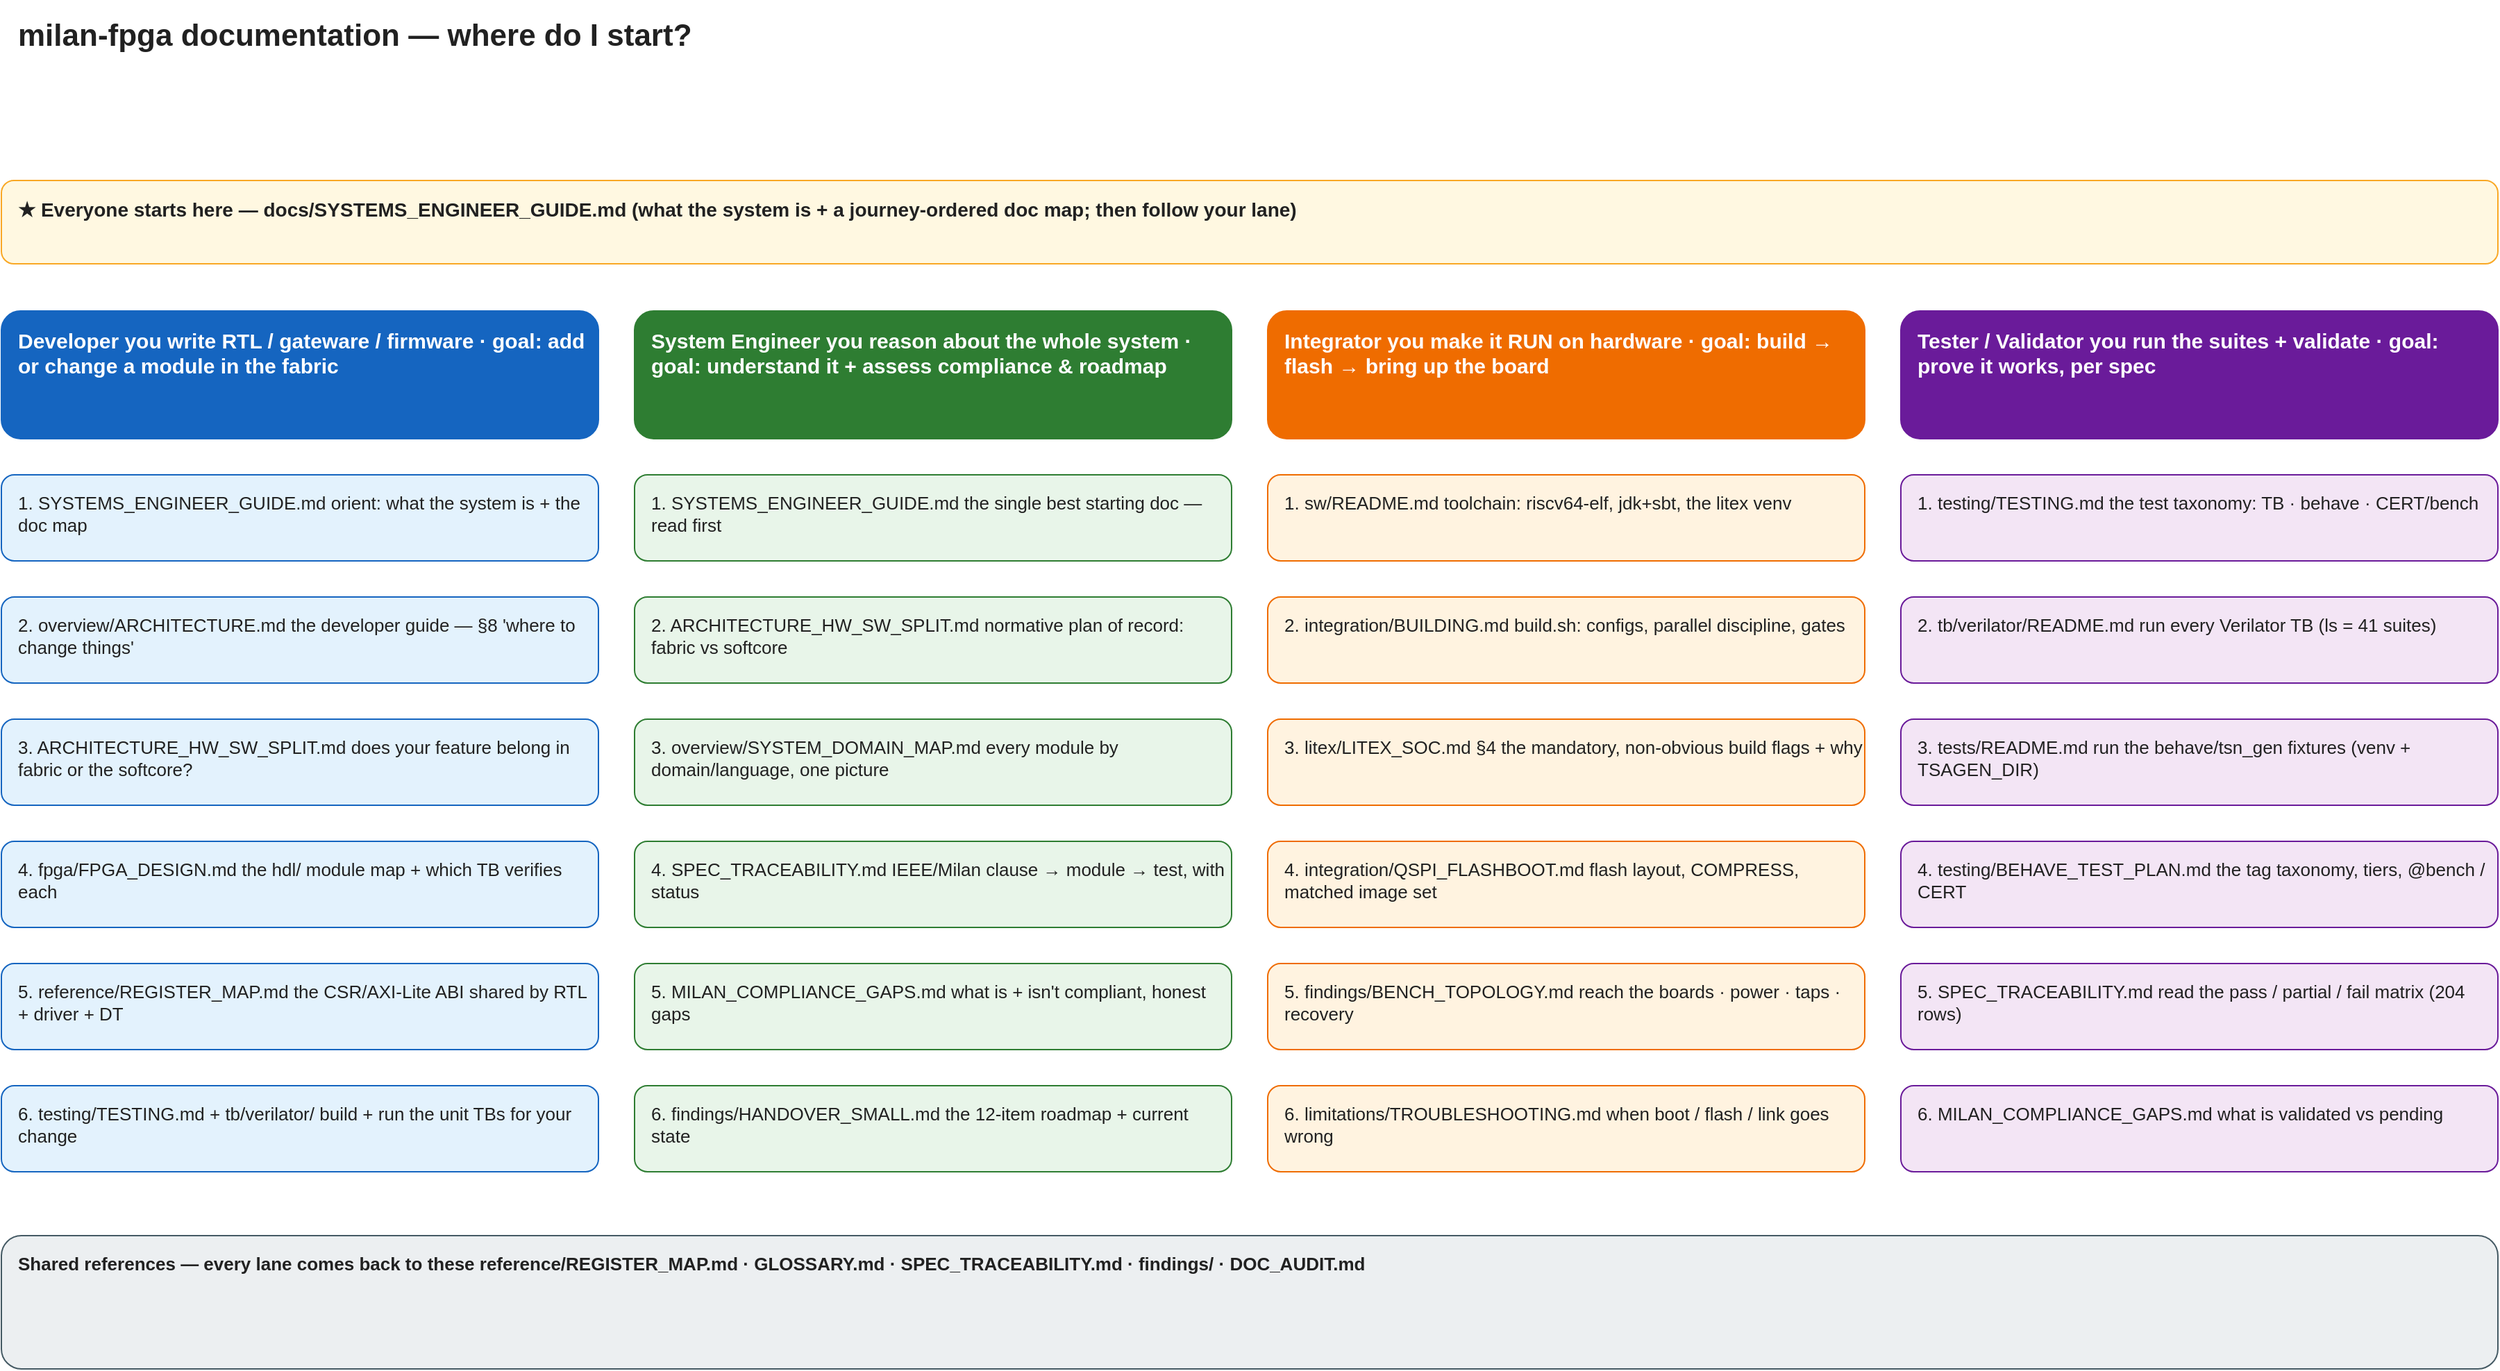
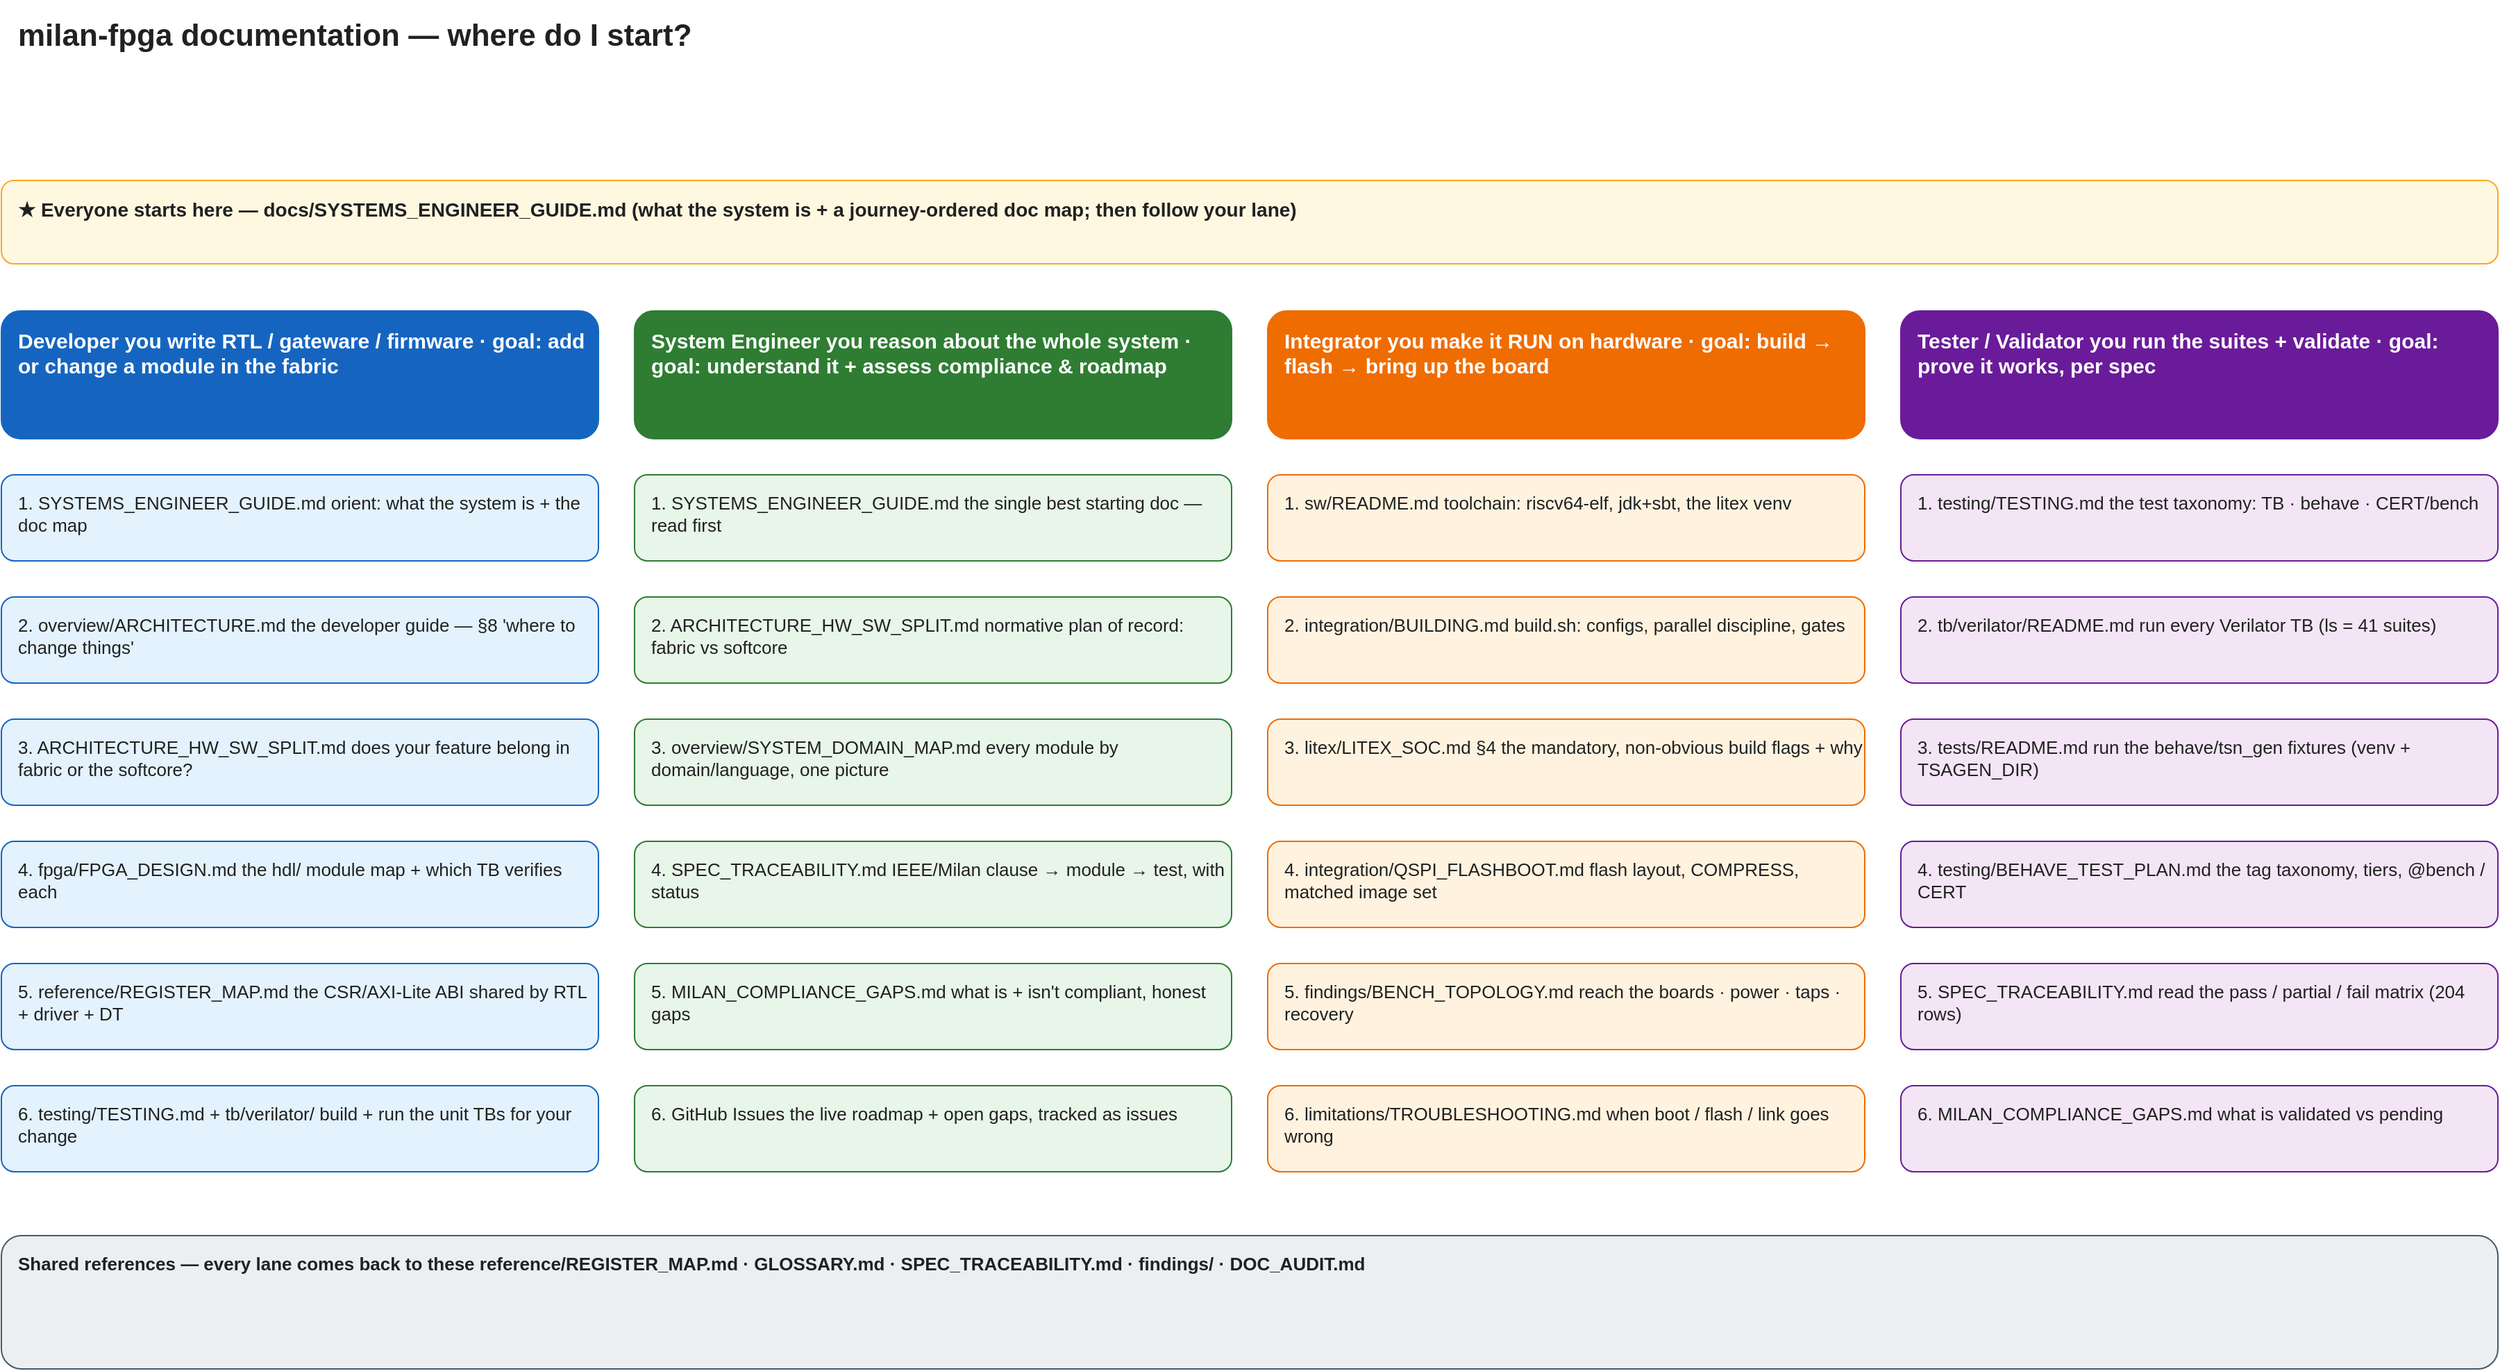
<mxfile host="app.diagrams.net"><diagram name="doc-map"><mxGraphModel dx="1400" dy="1000" grid="0" gridSize="10" guides="1" tooltips="1" connect="1" arrows="1" fold="1" page="1" pageScale="1" pageWidth="1878" pageHeight="1060" math="0" shadow="0"><root><mxCell id="0"/>
<mxCell id="1" parent="0"/>
<mxCell id="n2" value="milan-fpga documentation — where do I start?" style="rounded=1;whiteSpace=wrap;html=1;fillColor=none;strokeColor=none;fontSize=22;align=left;verticalAlign=top;spacingLeft=10;spacingTop=6;fontColor=#212121;fontStyle=1;" vertex="1" parent="1"><mxGeometry x="40" y="20" width="1100" height="34" as="geometry"/></mxCell>
<mxCell id="n3" value="★ Everyone starts here — docs/SYSTEMS_ENGINEER_GUIDE.md
(what the system is + a journey-ordered doc map; then follow your lane)" style="rounded=1;whiteSpace=wrap;html=1;fillColor=#FFF8E1;strokeColor=#F9A825;fontSize=14;align=left;verticalAlign=top;spacingLeft=10;spacingTop=6;fontColor=#212121;fontStyle=1;" vertex="1" parent="1"><mxGeometry x="40" y="150" width="1798" height="60" as="geometry"/></mxCell>
<mxCell id="n4" value="Developer
you write RTL / gateware / firmware  ·  goal: add or change a module in the fabric" style="rounded=1;whiteSpace=wrap;html=1;fillColor=#1565C0;strokeColor=#1565C0;fontSize=15;align=left;verticalAlign=top;spacingLeft=10;spacingTop=6;fontColor=#ffffff;fontStyle=1;" vertex="1" parent="1"><mxGeometry x="40" y="244" width="430" height="92" as="geometry"/></mxCell>
<mxCell id="n5" value="1.  SYSTEMS_ENGINEER_GUIDE.md
orient: what the system is + the doc map" style="rounded=1;whiteSpace=wrap;html=1;fillColor=#E3F2FD;strokeColor=#1565C0;fontSize=13;align=left;verticalAlign=top;spacingLeft=10;spacingTop=6;fontColor=#212121;" vertex="1" parent="1"><mxGeometry x="40" y="362" width="430" height="62" as="geometry"/></mxCell>
<mxCell id="n6" value="2.  overview/ARCHITECTURE.md
the developer guide — §8 &#x27;where to change things&#x27;" style="rounded=1;whiteSpace=wrap;html=1;fillColor=#E3F2FD;strokeColor=#1565C0;fontSize=13;align=left;verticalAlign=top;spacingLeft=10;spacingTop=6;fontColor=#212121;" vertex="1" parent="1"><mxGeometry x="40" y="450" width="430" height="62" as="geometry"/></mxCell>
<mxCell id="n7" value="3.  ARCHITECTURE_HW_SW_SPLIT.md
does your feature belong in fabric or the softcore?" style="rounded=1;whiteSpace=wrap;html=1;fillColor=#E3F2FD;strokeColor=#1565C0;fontSize=13;align=left;verticalAlign=top;spacingLeft=10;spacingTop=6;fontColor=#212121;" vertex="1" parent="1"><mxGeometry x="40" y="538" width="430" height="62" as="geometry"/></mxCell>
<mxCell id="n8" value="4.  fpga/FPGA_DESIGN.md
the hdl/ module map + which TB verifies each" style="rounded=1;whiteSpace=wrap;html=1;fillColor=#E3F2FD;strokeColor=#1565C0;fontSize=13;align=left;verticalAlign=top;spacingLeft=10;spacingTop=6;fontColor=#212121;" vertex="1" parent="1"><mxGeometry x="40" y="626" width="430" height="62" as="geometry"/></mxCell>
<mxCell id="n9" value="5.  reference/REGISTER_MAP.md
the CSR/AXI-Lite ABI shared by RTL + driver + DT" style="rounded=1;whiteSpace=wrap;html=1;fillColor=#E3F2FD;strokeColor=#1565C0;fontSize=13;align=left;verticalAlign=top;spacingLeft=10;spacingTop=6;fontColor=#212121;" vertex="1" parent="1"><mxGeometry x="40" y="714" width="430" height="62" as="geometry"/></mxCell>
<mxCell id="n10" value="6.  testing/TESTING.md  +  tb/verilator/
build + run the unit TBs for your change" style="rounded=1;whiteSpace=wrap;html=1;fillColor=#E3F2FD;strokeColor=#1565C0;fontSize=13;align=left;verticalAlign=top;spacingLeft=10;spacingTop=6;fontColor=#212121;" vertex="1" parent="1"><mxGeometry x="40" y="802" width="430" height="62" as="geometry"/></mxCell>
<mxCell id="n11" value="System Engineer
you reason about the whole system  ·  goal: understand it + assess compliance &amp; roadmap" style="rounded=1;whiteSpace=wrap;html=1;fillColor=#2E7D32;strokeColor=#2E7D32;fontSize=15;align=left;verticalAlign=top;spacingLeft=10;spacingTop=6;fontColor=#ffffff;fontStyle=1;" vertex="1" parent="1"><mxGeometry x="496" y="244" width="430" height="92" as="geometry"/></mxCell>
<mxCell id="n12" value="1.  SYSTEMS_ENGINEER_GUIDE.md
the single best starting doc — read first" style="rounded=1;whiteSpace=wrap;html=1;fillColor=#E8F5E9;strokeColor=#2E7D32;fontSize=13;align=left;verticalAlign=top;spacingLeft=10;spacingTop=6;fontColor=#212121;" vertex="1" parent="1"><mxGeometry x="496" y="362" width="430" height="62" as="geometry"/></mxCell>
<mxCell id="n13" value="2.  ARCHITECTURE_HW_SW_SPLIT.md
normative plan of record: fabric vs softcore" style="rounded=1;whiteSpace=wrap;html=1;fillColor=#E8F5E9;strokeColor=#2E7D32;fontSize=13;align=left;verticalAlign=top;spacingLeft=10;spacingTop=6;fontColor=#212121;" vertex="1" parent="1"><mxGeometry x="496" y="450" width="430" height="62" as="geometry"/></mxCell>
<mxCell id="n14" value="3.  overview/SYSTEM_DOMAIN_MAP.md
every module by domain/language, one picture" style="rounded=1;whiteSpace=wrap;html=1;fillColor=#E8F5E9;strokeColor=#2E7D32;fontSize=13;align=left;verticalAlign=top;spacingLeft=10;spacingTop=6;fontColor=#212121;" vertex="1" parent="1"><mxGeometry x="496" y="538" width="430" height="62" as="geometry"/></mxCell>
<mxCell id="n15" value="4.  SPEC_TRACEABILITY.md
IEEE/Milan clause → module → test, with status" style="rounded=1;whiteSpace=wrap;html=1;fillColor=#E8F5E9;strokeColor=#2E7D32;fontSize=13;align=left;verticalAlign=top;spacingLeft=10;spacingTop=6;fontColor=#212121;" vertex="1" parent="1"><mxGeometry x="496" y="626" width="430" height="62" as="geometry"/></mxCell>
<mxCell id="n16" value="5.  MILAN_COMPLIANCE_GAPS.md
what is + isn&#x27;t compliant, honest gaps" style="rounded=1;whiteSpace=wrap;html=1;fillColor=#E8F5E9;strokeColor=#2E7D32;fontSize=13;align=left;verticalAlign=top;spacingLeft=10;spacingTop=6;fontColor=#212121;" vertex="1" parent="1"><mxGeometry x="496" y="714" width="430" height="62" as="geometry"/></mxCell>
- <mxCell id="n17" value="6.  findings/HANDOVER_SMALL.md
- the 12-item roadmap + current state" style="rounded=1;whiteSpace=wrap;html=1;fillColor=#E8F5E9;strokeColor=#2E7D32;fontSize=13;align=left;verticalAlign=top;spacingLeft=10;spacingTop=6;fontColor=#212121;" vertex="1" parent="1"><mxGeometry x="496" y="802" width="430" height="62" as="geometry"/></mxCell>
+ <mxCell id="n17" value="6.  GitHub Issues
+ the live roadmap + open gaps, tracked as issues" style="rounded=1;whiteSpace=wrap;html=1;fillColor=#E8F5E9;strokeColor=#2E7D32;fontSize=13;align=left;verticalAlign=top;spacingLeft=10;spacingTop=6;fontColor=#212121;" vertex="1" parent="1"><mxGeometry x="496" y="802" width="430" height="62" as="geometry"/></mxCell>
<mxCell id="n18" value="Integrator
you make it RUN on hardware  ·  goal: build → flash → bring up the board" style="rounded=1;whiteSpace=wrap;html=1;fillColor=#EF6C00;strokeColor=#EF6C00;fontSize=15;align=left;verticalAlign=top;spacingLeft=10;spacingTop=6;fontColor=#ffffff;fontStyle=1;" vertex="1" parent="1"><mxGeometry x="952" y="244" width="430" height="92" as="geometry"/></mxCell>
<mxCell id="n19" value="1.  sw/README.md
toolchain: riscv64-elf, jdk+sbt, the litex venv" style="rounded=1;whiteSpace=wrap;html=1;fillColor=#FFF3E0;strokeColor=#EF6C00;fontSize=13;align=left;verticalAlign=top;spacingLeft=10;spacingTop=6;fontColor=#212121;" vertex="1" parent="1"><mxGeometry x="952" y="362" width="430" height="62" as="geometry"/></mxCell>
<mxCell id="n20" value="2.  integration/BUILDING.md
build.sh: configs, parallel discipline, gates" style="rounded=1;whiteSpace=wrap;html=1;fillColor=#FFF3E0;strokeColor=#EF6C00;fontSize=13;align=left;verticalAlign=top;spacingLeft=10;spacingTop=6;fontColor=#212121;" vertex="1" parent="1"><mxGeometry x="952" y="450" width="430" height="62" as="geometry"/></mxCell>
<mxCell id="n21" value="3.  litex/LITEX_SOC.md  §4
the mandatory, non-obvious build flags + why" style="rounded=1;whiteSpace=wrap;html=1;fillColor=#FFF3E0;strokeColor=#EF6C00;fontSize=13;align=left;verticalAlign=top;spacingLeft=10;spacingTop=6;fontColor=#212121;" vertex="1" parent="1"><mxGeometry x="952" y="538" width="430" height="62" as="geometry"/></mxCell>
<mxCell id="n22" value="4.  integration/QSPI_FLASHBOOT.md
flash layout, COMPRESS, matched image set" style="rounded=1;whiteSpace=wrap;html=1;fillColor=#FFF3E0;strokeColor=#EF6C00;fontSize=13;align=left;verticalAlign=top;spacingLeft=10;spacingTop=6;fontColor=#212121;" vertex="1" parent="1"><mxGeometry x="952" y="626" width="430" height="62" as="geometry"/></mxCell>
<mxCell id="n23" value="5.  findings/BENCH_TOPOLOGY.md
reach the boards · power · taps · recovery" style="rounded=1;whiteSpace=wrap;html=1;fillColor=#FFF3E0;strokeColor=#EF6C00;fontSize=13;align=left;verticalAlign=top;spacingLeft=10;spacingTop=6;fontColor=#212121;" vertex="1" parent="1"><mxGeometry x="952" y="714" width="430" height="62" as="geometry"/></mxCell>
<mxCell id="n24" value="6.  limitations/TROUBLESHOOTING.md
when boot / flash / link goes wrong" style="rounded=1;whiteSpace=wrap;html=1;fillColor=#FFF3E0;strokeColor=#EF6C00;fontSize=13;align=left;verticalAlign=top;spacingLeft=10;spacingTop=6;fontColor=#212121;" vertex="1" parent="1"><mxGeometry x="952" y="802" width="430" height="62" as="geometry"/></mxCell>
<mxCell id="n25" value="Tester / Validator
you run the suites + validate  ·  goal: prove it works, per spec" style="rounded=1;whiteSpace=wrap;html=1;fillColor=#6A1B9A;strokeColor=#6A1B9A;fontSize=15;align=left;verticalAlign=top;spacingLeft=10;spacingTop=6;fontColor=#ffffff;fontStyle=1;" vertex="1" parent="1"><mxGeometry x="1408" y="244" width="430" height="92" as="geometry"/></mxCell>
<mxCell id="n26" value="1.  testing/TESTING.md
the test taxonomy: TB · behave · CERT/bench" style="rounded=1;whiteSpace=wrap;html=1;fillColor=#F3E5F5;strokeColor=#6A1B9A;fontSize=13;align=left;verticalAlign=top;spacingLeft=10;spacingTop=6;fontColor=#212121;" vertex="1" parent="1"><mxGeometry x="1408" y="362" width="430" height="62" as="geometry"/></mxCell>
<mxCell id="n27" value="2.  tb/verilator/README.md
run every Verilator TB (ls = 41 suites)" style="rounded=1;whiteSpace=wrap;html=1;fillColor=#F3E5F5;strokeColor=#6A1B9A;fontSize=13;align=left;verticalAlign=top;spacingLeft=10;spacingTop=6;fontColor=#212121;" vertex="1" parent="1"><mxGeometry x="1408" y="450" width="430" height="62" as="geometry"/></mxCell>
<mxCell id="n28" value="3.  tests/README.md
run the behave/tsn_gen fixtures (venv + TSAGEN_DIR)" style="rounded=1;whiteSpace=wrap;html=1;fillColor=#F3E5F5;strokeColor=#6A1B9A;fontSize=13;align=left;verticalAlign=top;spacingLeft=10;spacingTop=6;fontColor=#212121;" vertex="1" parent="1"><mxGeometry x="1408" y="538" width="430" height="62" as="geometry"/></mxCell>
<mxCell id="n29" value="4.  testing/BEHAVE_TEST_PLAN.md
the tag taxonomy, tiers, @bench / CERT" style="rounded=1;whiteSpace=wrap;html=1;fillColor=#F3E5F5;strokeColor=#6A1B9A;fontSize=13;align=left;verticalAlign=top;spacingLeft=10;spacingTop=6;fontColor=#212121;" vertex="1" parent="1"><mxGeometry x="1408" y="626" width="430" height="62" as="geometry"/></mxCell>
<mxCell id="n30" value="5.  SPEC_TRACEABILITY.md
read the pass / partial / fail matrix (204 rows)" style="rounded=1;whiteSpace=wrap;html=1;fillColor=#F3E5F5;strokeColor=#6A1B9A;fontSize=13;align=left;verticalAlign=top;spacingLeft=10;spacingTop=6;fontColor=#212121;" vertex="1" parent="1"><mxGeometry x="1408" y="714" width="430" height="62" as="geometry"/></mxCell>
<mxCell id="n31" value="6.  MILAN_COMPLIANCE_GAPS.md
what is validated vs pending" style="rounded=1;whiteSpace=wrap;html=1;fillColor=#F3E5F5;strokeColor=#6A1B9A;fontSize=13;align=left;verticalAlign=top;spacingLeft=10;spacingTop=6;fontColor=#212121;" vertex="1" parent="1"><mxGeometry x="1408" y="802" width="430" height="62" as="geometry"/></mxCell>
<mxCell id="n32" value="Shared references — every lane comes back to these

reference/REGISTER_MAP.md · GLOSSARY.md · SPEC_TRACEABILITY.md · findings/ · DOC_AUDIT.md" style="rounded=1;whiteSpace=wrap;html=1;fillColor=#ECEFF1;strokeColor=#455A64;fontSize=13;align=left;verticalAlign=top;spacingLeft=10;spacingTop=6;fontColor=#212121;fontStyle=1;" vertex="1" parent="1"><mxGeometry x="40" y="910" width="1798" height="96" as="geometry"/></mxCell></root></mxGraphModel></diagram></mxfile>